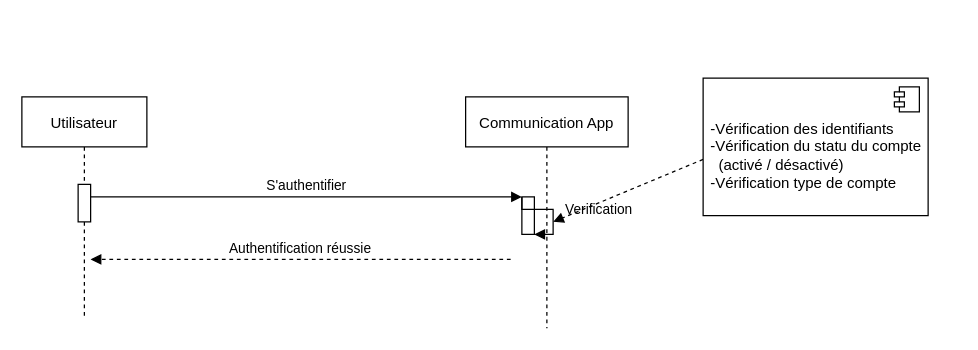
This is page "Page-1" (1 of 4) of Diagramme sans nom.drawio from LewisYann/App-Asterisk, a draw.io file, before an edit. Source tidied: cells renumbered, new cells numbered last; positions are measured from the earlier drawing's top-left corner, leaving out a move shared by most shapes. Both pictures are drawn from the tidied source at 125%, with x=0, y=0 at pixel (21, 78).
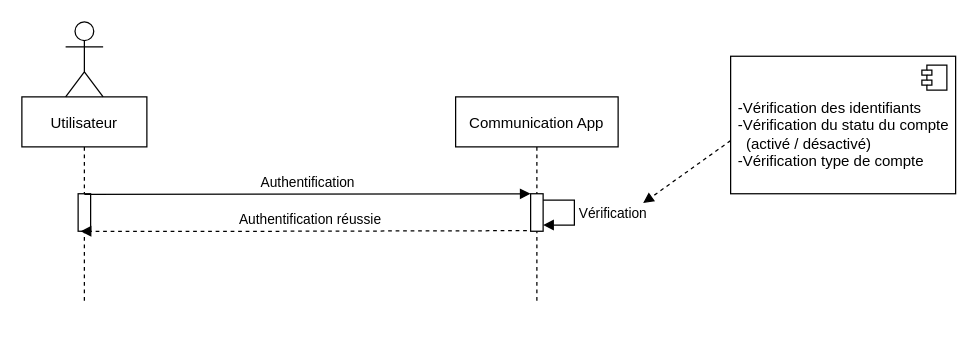
After the change.

Change to the diagram source:
```diff
@@
 <mxGraphModel>
   <root>
     <mxCell id="0" />
     <mxCell id="1" parent="0" />
     <mxCell id="2" value="Utilisateur" style="shape=umlLifeline;perimeter=lifelinePerimeter;rounded=0;shadow=0;strokeWidth=1;" parent="1" vertex="1">
-      <mxGeometry y="15" width="100" height="175" as="geometry" />
+      <mxGeometry y="15" width="100" height="165" as="geometry" />
     </mxCell>
     <mxCell id="3" style="points=[];perimeter=orthogonalPerimeter;rounded=0;shadow=0;strokeWidth=1;" parent="2" vertex="1">
-      <mxGeometry x="45" y="70" width="10" height="30" as="geometry" />
+      <mxGeometry x="45" y="77.5" width="10" height="30" as="geometry" />
     </mxCell>
     <mxCell id="4" value="Communication App" style="shape=umlLifeline;perimeter=lifelinePerimeter;rounded=0;shadow=0;strokeWidth=1;" parent="1" vertex="1">
-      <mxGeometry x="355" y="15" width="130" height="185" as="geometry" />
+      <mxGeometry x="347" y="15" width="130" height="165" as="geometry" />
     </mxCell>
-    <mxCell id="5" style="points=[];perimeter=orthogonalPerimeter;rounded=0;shadow=0;strokeWidth=1;" parent="4" vertex="1">
-      <mxGeometry x="45" y="80" width="10" height="30" as="geometry" />
-    </mxCell>
-    <mxCell id="6" value="S'authentifier" style="verticalAlign=bottom;endArrow=block;entryX=0;entryY=0;shadow=0;strokeWidth=1;" parent="1" edge="1" source="3" target="5">
+    <mxCell id="6" value="Authentification" style="verticalAlign=bottom;endArrow=block;entryX=0;entryY=0;shadow=0;strokeWidth=1;exitX=0.5;exitY=0.017;exitDx=0;exitDy=0;exitPerimeter=0;" parent="1" edge="1" source="3">
       <mxGeometry relative="1" as="geometry">
-        <Array as="points">
-          <mxPoint x="125" y="95" />
-        </Array>
+        <mxPoint x="407" y="92.5" as="targetPoint" />
       </mxGeometry>
     </mxCell>
-    <mxCell id="7" value="Authentification réussie" style="verticalAlign=bottom;endArrow=block;shadow=0;strokeWidth=1;rounded=0;dashed=1;" parent="1" edge="1">
+    <mxCell id="7" value="Authentification réussie" style="verticalAlign=bottom;endArrow=block;shadow=0;strokeWidth=1;rounded=0;dashed=1;exitX=0.9;exitY=0.983;exitDx=0;exitDy=0;exitPerimeter=0;" parent="1" edge="1" source="12">
       <mxGeometry relative="1" as="geometry">
-        <mxPoint x="391" y="145" as="sourcePoint" />
-        <mxPoint x="55" y="145" as="targetPoint" />
+        <mxPoint x="47" y="122.5" as="targetPoint" />
         <Array as="points">
-          <mxPoint x="216" y="145" />
+          <mxPoint x="208" y="122.5" />
         </Array>
       </mxGeometry>
     </mxCell>
-    <mxCell id="8" value="Verification&amp;nbsp;" style="edgeStyle=orthogonalEdgeStyle;html=1;align=left;spacingLeft=2;endArrow=block;rounded=0;entryX=1;entryY=1;strokeColor=#000000;entryDx=0;entryDy=0;entryPerimeter=0;" parent="1" edge="1" target="5">
-      <mxGeometry x="-0.12" y="-10" relative="1" as="geometry">
-        <mxPoint x="400" y="95" as="sourcePoint" />
-        <Array as="points">
-          <mxPoint x="400" y="105" />
-          <mxPoint x="425" y="105" />
-          <mxPoint x="425" y="125" />
-        </Array>
-        <mxPoint x="10" y="-10" as="offset" />
-      </mxGeometry>
-    </mxCell>
     <mxCell id="9" style="html=1;verticalAlign=bottom;endArrow=block;strokeColor=#000000;exitX=0;exitY=1;exitDx=0;exitDy=0;dashed=1;" parent="1" edge="1">
       <mxGeometry relative="1" as="geometry">
-        <mxPoint x="545" y="65" as="sourcePoint" />
-        <mxPoint x="425" y="115" as="targetPoint" />
+        <mxPoint x="567" y="50" as="sourcePoint" />
+        <mxPoint x="497" y="100" as="targetPoint" />
       </mxGeometry>
     </mxCell>
     <mxCell id="10" value="&lt;div style=&quot;text-align: left&quot;&gt;&lt;br&gt;&lt;/div&gt;&lt;div style=&quot;text-align: left&quot;&gt;&lt;span&gt;-Vérification des identifiants&lt;/span&gt;&lt;/div&gt;&lt;div style=&quot;text-align: left&quot;&gt;&lt;span&gt;-Vérification du statu du compte&lt;/span&gt;&lt;/div&gt;&lt;div style=&quot;text-align: left&quot;&gt;&lt;span&gt;&amp;nbsp; (activé / désactivé)&lt;/span&gt;&lt;/div&gt;&lt;div style=&quot;text-align: left&quot;&gt;&lt;span&gt;-Vérification type de compte&lt;/span&gt;&lt;/div&gt;" style="html=1;" parent="1" vertex="1">
-      <mxGeometry x="545" width="180" height="110" as="geometry" />
+      <mxGeometry x="567" y="-17.5" width="180" height="110" as="geometry" />
     </mxCell>
     <mxCell id="11" style="shape=module;jettyWidth=8;jettyHeight=4;" parent="10" vertex="1">
       <mxGeometry x="1" width="20" height="20" relative="1" as="geometry">
         <mxPoint x="-27" y="7" as="offset" />
       </mxGeometry>
     </mxCell>
+    <mxCell id="12" style="points=[];perimeter=orthogonalPerimeter;rounded=0;shadow=0;strokeWidth=1;" parent="1" vertex="1">
+      <mxGeometry x="407" y="92.5" width="10" height="30" as="geometry" />
+    </mxCell>
+    <mxCell id="13" value="Vérification" style="edgeStyle=orthogonalEdgeStyle;html=1;align=left;spacingLeft=2;endArrow=block;rounded=0;entryX=1;entryY=0;" parent="1" edge="1">
+      <mxGeometry relative="1" as="geometry">
+        <mxPoint x="417" y="97.5" as="sourcePoint" />
+        <mxPoint x="417" y="117.5" as="targetPoint" />
+        <Array as="points">
+          <mxPoint x="442" y="97.5" />
+        </Array>
+      </mxGeometry>
+    </mxCell>
+    <mxCell id="14" style="shape=umlActor;verticalLabelPosition=bottom;verticalAlign=top;html=1;" parent="1" vertex="1">
+      <mxGeometry x="35" y="-45" width="30" height="60" as="geometry" />
+    </mxCell>
   </root>
 </mxGraphModel>
```
